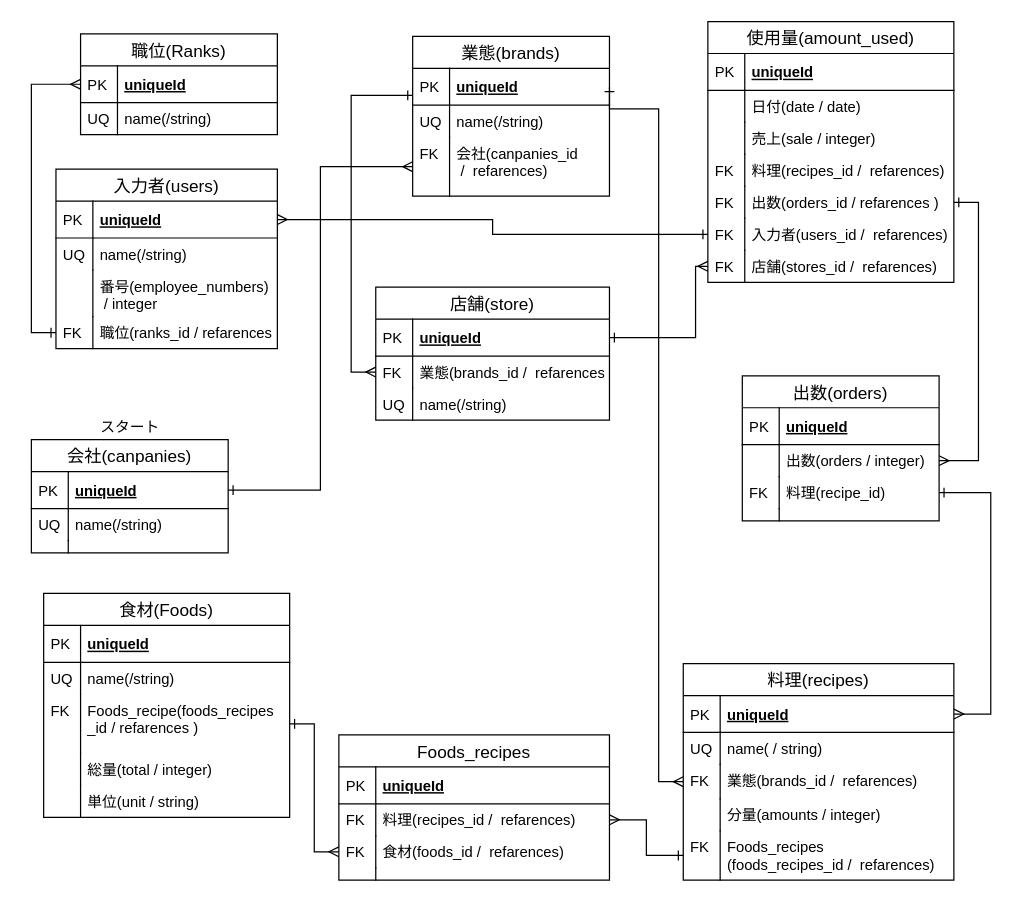
jinbo-0523/usage_calculation keeps this draw.io diagram as usage.drawio. Above is the earlier version. Source tidied: cells renumbered, new cells numbered last; positions are measured from the earlier drawing's top-left corner, leaving out a move shared by most shapes. Both pictures are drawn from the tidied source at 123%, with x=0, y=0 at pixel (31, 21).
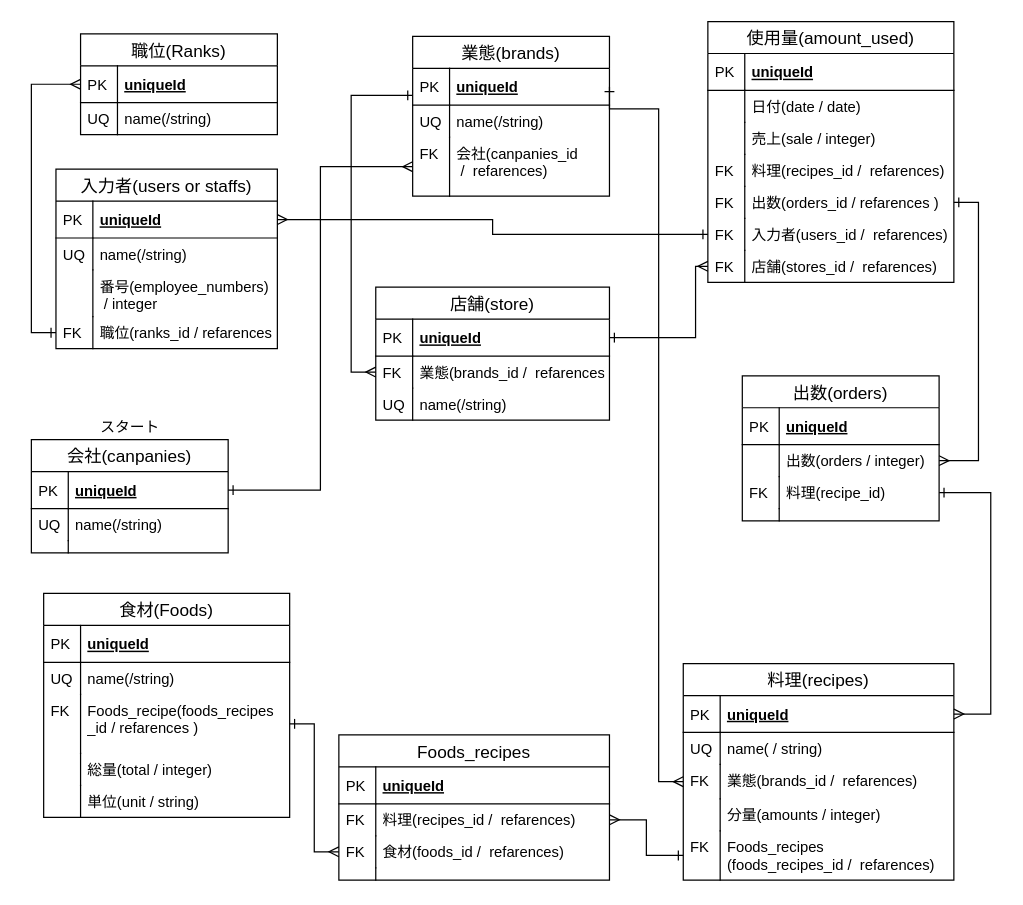
The same diagram, later.

What changed in the source:
```diff
@@
-    <mxCell id="20" value="入力者(users)" style="swimlane;fontStyle=0;horizontal=1;startSize=26;align=center;fontSize=14;" parent="1" vertex="1">
+    <mxCell id="20" value="入力者(users or staffs)" style="swimlane;fontStyle=0;horizontal=1;startSize=26;align=center;fontSize=14;" parent="1" vertex="1">
       <mxGeometry x="20" y="120" width="180" height="146" as="geometry" />
     </mxCell>
```
